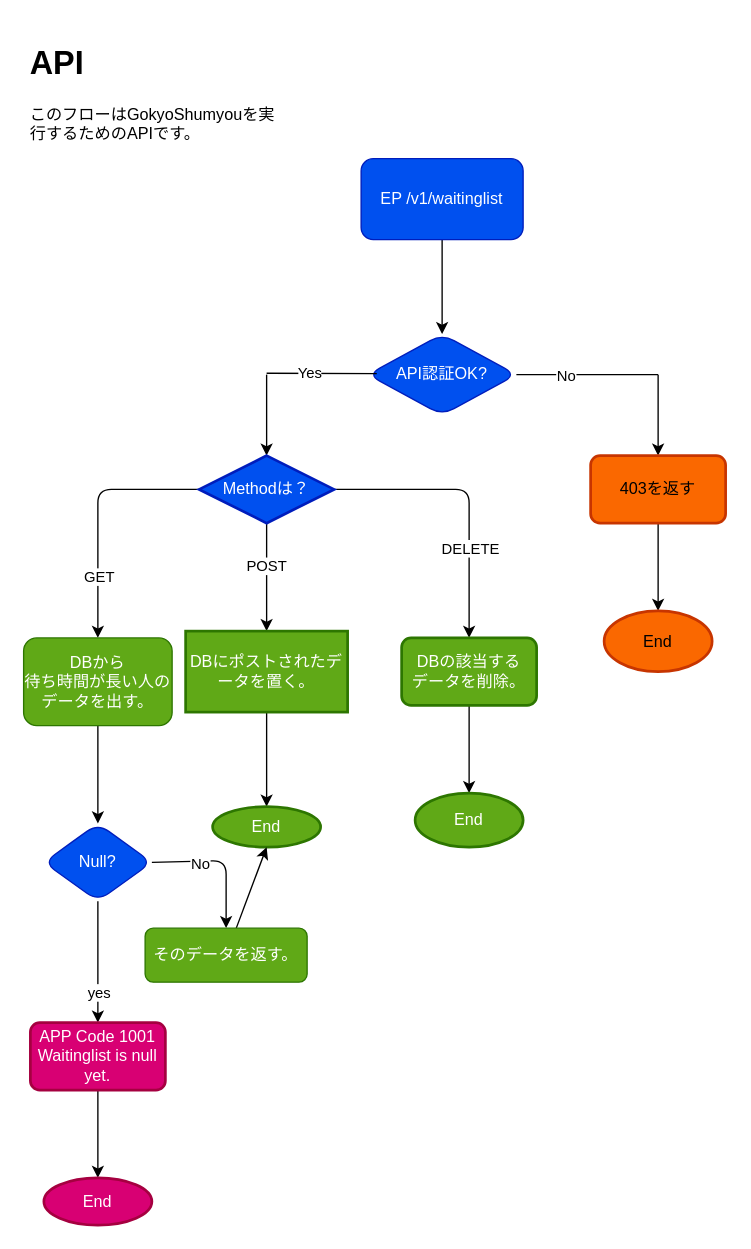
Above: waitinglist_flow.drawio in UniPro-tech/GokyoShumyou-Server (draw.io), before the change. Source tidied: cells renumbered, new cells numbered last; positions are measured from the earlier drawing's top-left corner, leaving out a move shared by most shapes. Both pictures are drawn from the tidied source at 135%, with x=0, y=0 at pixel (23, 36).
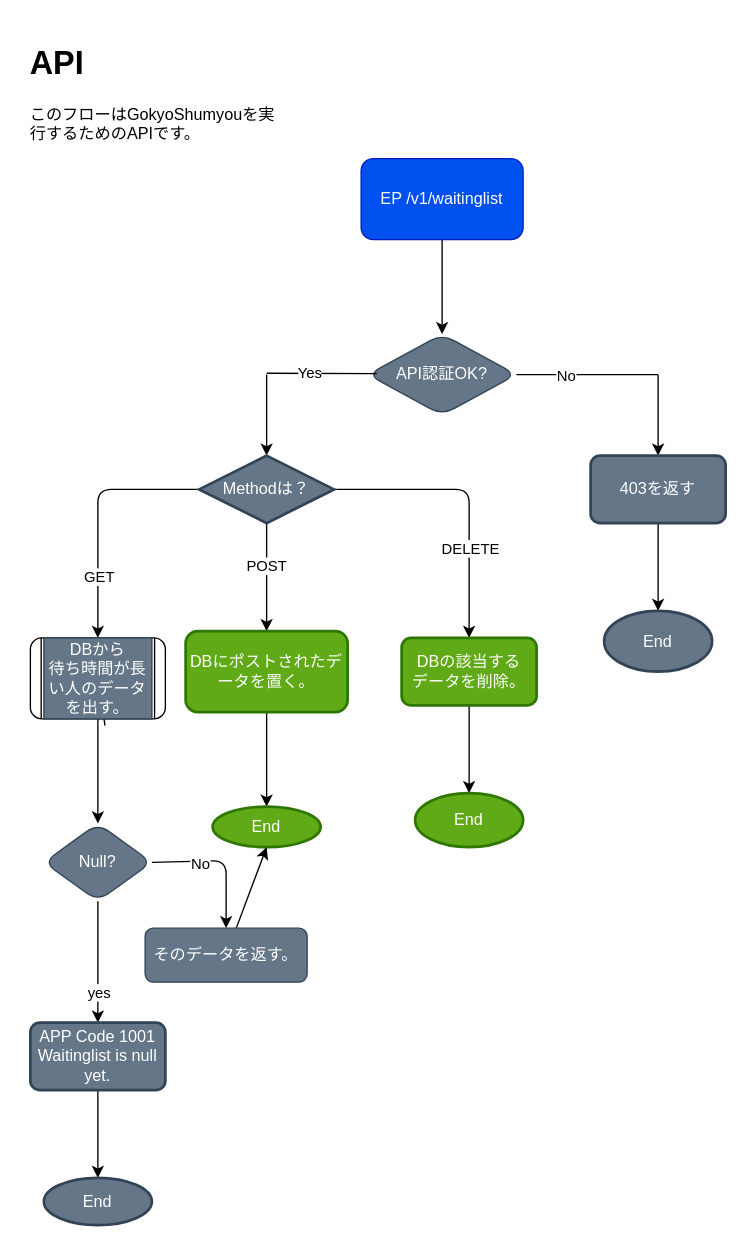
After the change.

Change to the diagram source:
```diff
@@
-    <mxCell id="5" value="API認証OK?" style="rhombus;whiteSpace=wrap;html=1;fillColor=#0050ef;strokeColor=#001DBC;fontColor=#ffffff;rounded=1;" parent="1" vertex="1">
+    <mxCell id="5" value="API認証OK?" style="rhombus;whiteSpace=wrap;html=1;rounded=1;fillColor=#647687;strokeColor=#314354;fontColor=#ffffff;" parent="1" vertex="1">
       <mxGeometry x="255" y="220" width="110" height="60" as="geometry" />
     </mxCell>
@@
-    <mxCell id="10" value="403を返す" style="rounded=1;whiteSpace=wrap;html=1;absoluteArcSize=1;arcSize=14;strokeWidth=2;fillColor=#fa6800;fontColor=#000000;strokeColor=#C73500;" parent="1" vertex="1">
+    <mxCell id="10" value="403を返す" style="rounded=1;whiteSpace=wrap;html=1;absoluteArcSize=1;arcSize=14;strokeWidth=2;fillColor=#647687;fontColor=#ffffff;strokeColor=#314354;" parent="1" vertex="1">
       <mxGeometry x="420" y="310" width="100" height="50" as="geometry" />
     </mxCell>
-    <mxCell id="11" value="End" style="ellipse;whiteSpace=wrap;html=1;fillColor=#fa6800;strokeColor=#C73500;fontColor=#000000;rounded=1;arcSize=14;strokeWidth=2;" parent="1" vertex="1">
+    <mxCell id="11" value="End" style="ellipse;whiteSpace=wrap;html=1;fillColor=#647687;strokeColor=#314354;fontColor=#ffffff;rounded=1;arcSize=14;strokeWidth=2;" parent="1" vertex="1">
       <mxGeometry x="430" y="425" width="80" height="45" as="geometry" />
     </mxCell>
@@
-    <mxCell id="19" style="edgeStyle=none;html=1;exitX=0;exitY=0.5;exitDx=0;exitDy=0;exitPerimeter=0;entryX=0.5;entryY=0;entryDx=0;entryDy=0;" parent="1" edge="1" source="21" target="29">
+    <mxCell id="19" style="edgeStyle=none;html=1;exitX=0;exitY=0.5;exitDx=0;exitDy=0;exitPerimeter=0;entryX=0.5;entryY=0;entryDx=0;entryDy=0;" parent="1" edge="1" source="21">
       <mxGeometry relative="1" as="geometry">
+        <mxPoint x="55" y="445" as="targetPoint" />
         <Array as="points">
           <mxPoint x="55" y="335" />
         </Array>
       </mxGeometry>
     </mxCell>
@@
-    <mxCell id="21" value="Methodは？" style="strokeWidth=2;html=1;shape=mxgraph.flowchart.decision;whiteSpace=wrap;fillColor=#0050ef;fontColor=#ffffff;strokeColor=#001DBC;" parent="1" vertex="1">
+    <mxCell id="21" value="Methodは？" style="strokeWidth=2;html=1;shape=mxgraph.flowchart.decision;whiteSpace=wrap;fillColor=#647687;fontColor=#ffffff;strokeColor=#314354;" parent="1" vertex="1">
       <mxGeometry x="130" y="310" width="100" height="50" as="geometry" />
     </mxCell>
@@
-    <mxCell id="23" value="DBにポストされたデータを置く。" style="whiteSpace=wrap;html=1;fillColor=#60a917;strokeColor=#2D7600;fontColor=#ffffff;strokeWidth=2;" parent="1" vertex="1">
+    <mxCell id="23" value="DBにポストされたデータを置く。" style="whiteSpace=wrap;html=1;fillColor=#60a917;strokeColor=#2D7600;fontColor=#ffffff;strokeWidth=2;rounded=1;" parent="1" vertex="1">
       <mxGeometry x="120" y="440" width="120" height="60" as="geometry" />
     </mxCell>
@@
-    <mxCell id="28" style="edgeStyle=none;html=1;" parent="1" edge="1" source="29" target="34">
+    <mxCell id="28" style="edgeStyle=none;html=1;startArrow=none;" parent="1" edge="1" source="41" target="34">
       <mxGeometry relative="1" as="geometry" />
     </mxCell>
-    <mxCell id="29" value="DBから&lt;br&gt;待ち時間が長い人のデータを出す。" style="rounded=1;whiteSpace=wrap;html=1;fillColor=#60a917;fontColor=#ffffff;strokeColor=#2D7600;" parent="1" vertex="1">
-      <mxGeometry y="445" width="110" height="65" as="geometry" />
-    </mxCell>
@@
-    <mxCell id="34" value="Null?" style="rhombus;whiteSpace=wrap;html=1;rounded=1;fillColor=#0050ef;fontColor=#ffffff;strokeColor=#001DBC;" parent="1" vertex="1">
+    <mxCell id="34" value="Null?" style="rhombus;whiteSpace=wrap;html=1;rounded=1;fillColor=#647687;fontColor=#ffffff;strokeColor=#314354;" parent="1" vertex="1">
       <mxGeometry x="15" y="582.5" width="80" height="57.5" as="geometry" />
     </mxCell>
@@
-    <mxCell id="36" value="そのデータを返す。" style="rounded=1;whiteSpace=wrap;html=1;fillColor=#60a917;fontColor=#ffffff;strokeColor=#2D7600;" parent="1" vertex="1">
+    <mxCell id="36" value="そのデータを返す。" style="rounded=1;whiteSpace=wrap;html=1;fillColor=#647687;fontColor=#ffffff;strokeColor=#314354;" parent="1" vertex="1">
       <mxGeometry x="90" y="660" width="120" height="40" as="geometry" />
     </mxCell>
@@
-    <mxCell id="38" value="APP Code 1001&lt;br&gt;Waitinglist is null yet." style="rounded=1;whiteSpace=wrap;html=1;absoluteArcSize=1;arcSize=14;strokeWidth=2;fillColor=#d80073;fontColor=#ffffff;strokeColor=#A50040;" parent="1" vertex="1">
+    <mxCell id="38" value="APP Code 1001&lt;br&gt;Waitinglist is null yet." style="rounded=1;whiteSpace=wrap;html=1;absoluteArcSize=1;arcSize=14;strokeWidth=2;fillColor=#647687;fontColor=#ffffff;strokeColor=#314354;" parent="1" vertex="1">
       <mxGeometry x="5" y="730" width="100" height="50" as="geometry" />
     </mxCell>
-    <mxCell id="39" value="End" style="ellipse;whiteSpace=wrap;html=1;rounded=1;arcSize=14;strokeWidth=2;fillColor=#d80073;fontColor=#ffffff;strokeColor=#A50040;" parent="1" vertex="1">
+    <mxCell id="39" value="End" style="ellipse;whiteSpace=wrap;html=1;rounded=1;arcSize=14;strokeWidth=2;fillColor=#647687;fontColor=#ffffff;strokeColor=#314354;" parent="1" vertex="1">
       <mxGeometry x="15" y="845" width="80" height="35" as="geometry" />
     </mxCell>
+    <mxCell id="40" style="edgeStyle=none;html=1;endArrow=none;" parent="1" edge="1" target="41">
+      <mxGeometry relative="1" as="geometry">
+        <mxPoint x="60.3" y="510" as="sourcePoint" />
+      </mxGeometry>
+    </mxCell>
+    <mxCell id="41" style="verticalLabelPosition=bottom;verticalAlign=top;html=1;shape=process;whiteSpace=wrap;rounded=1;size=0;arcSize=14;glass=0;" parent="1" vertex="1">
+      <mxGeometry x="5" y="445" width="100" height="60" as="geometry" />
+    </mxCell>
+    <mxCell id="29" value="&lt;span style=&quot;color: rgb(255, 255, 255);&quot;&gt;DBから&lt;/span&gt;&lt;br style=&quot;color: rgb(255, 255, 255);&quot;&gt;&lt;span style=&quot;color: rgb(255, 255, 255);&quot;&gt;待ち時間が長い人のデータを出す。&lt;/span&gt;" style="rounded=0;whiteSpace=wrap;html=1;fillColor=#647687;fontColor=#ffffff;strokeColor=#314354;" parent="1" vertex="1">
+      <mxGeometry x="15" y="445" width="80" height="60" as="geometry" />
+    </mxCell>
```
